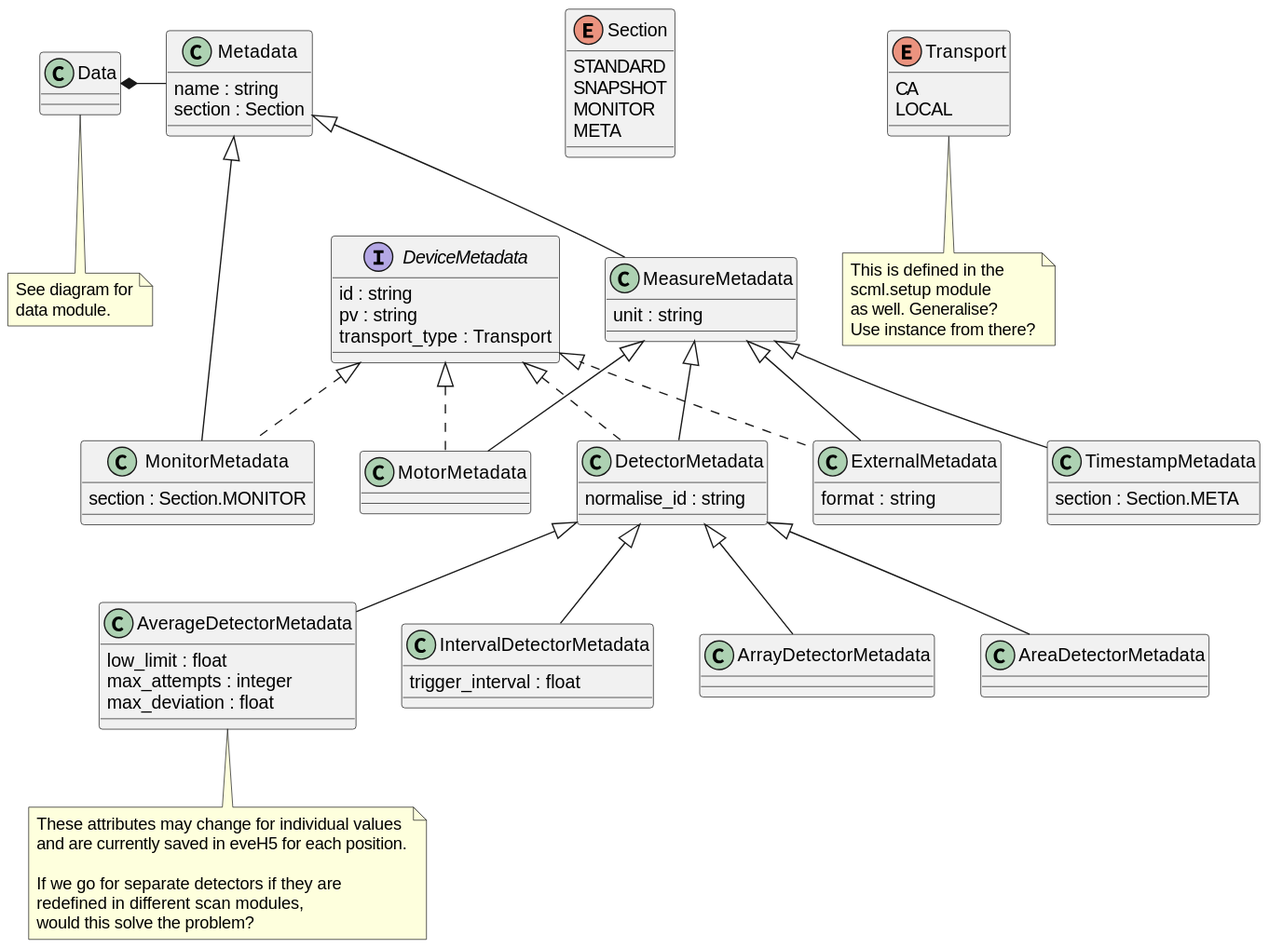
Before: docs/uml/evedata.evefile.metadata.svg, a diagram exported from PlantUML (tillbiskup/evedata).
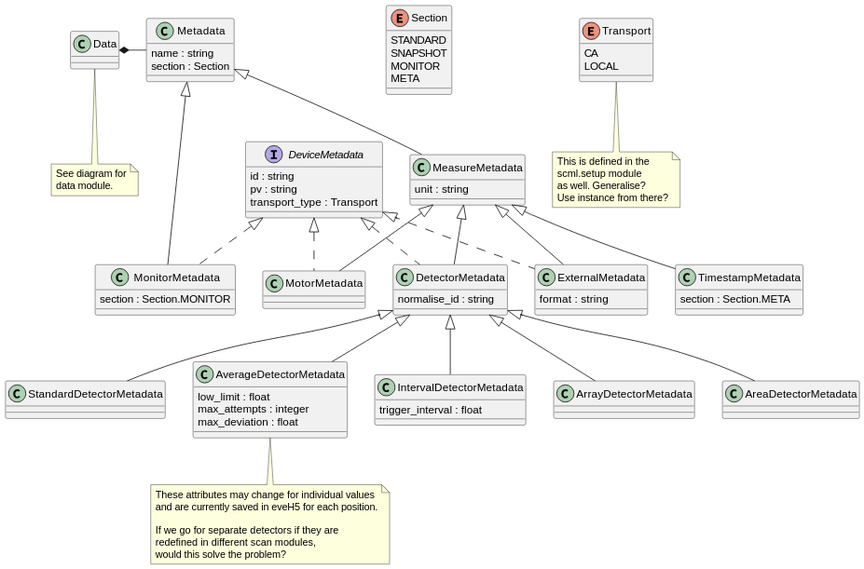
The same diagram one commit later.

What changed in the source:
```diff
@@ -50,6 +50,8 @@
     format : string
 }
 
+class StandardDetectorMetadata extends DetectorMetadata {}
+
 class AverageDetectorMetadata extends DetectorMetadata {
     low_limit : float
     max_attempts : integer
```
